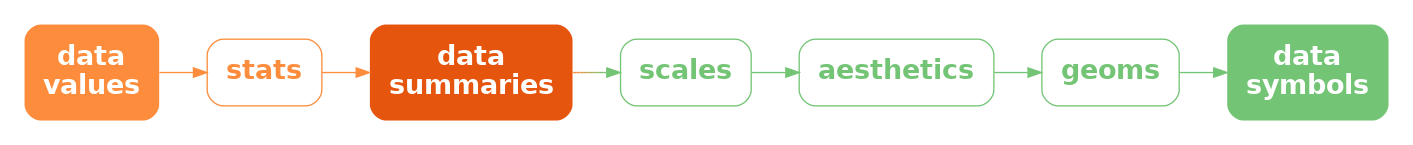
The Graphviz diagram Diagrams/data-stat-scale-aes-geom-sym.png in pmur002/hdvw, before a commit. Its source is kept beside it as Diagrams/data-stat-scale-aes-geom-sym.dot.
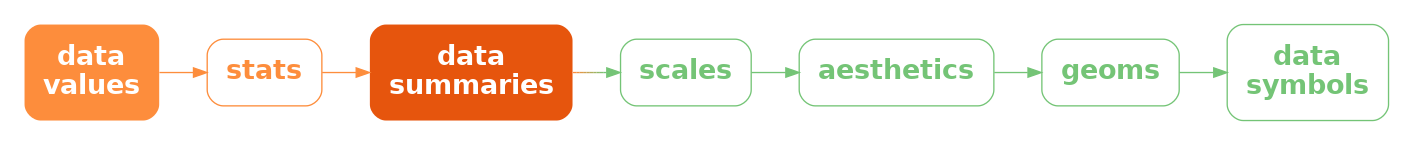
Later version of the same file.

What changed in the source:
```diff
@@ -8,11 +8,11 @@
   aes [ label="aesthetics"; shape=box; style=rounded; color="#74C476"; fontcolor="#74C476" ]
   geom [ label="geoms"; shape=box; style=rounded; color="#74C476"; fontcolor="#74C476" ]
   sym [ label="data\nsymbols"; shape=box;
-     style="filled, rounded"; penwidth=0; fontcolor=white; fillcolor="#74C476" ]
-  data -> ggstat [ color="#FD8D3C" ]
-  ggstat -> stat [ color="#FD8D3C" ]
-  stat -> scale [ color="#FD8D3C;0.1:#EE9342;0.1:#DF9949;0.1:#CF9F4F;0.1:#C0A556;0.1:#B1AC5C;0.1:#A2B263;0.1:#92B869;0.1:#83BE70;0.1:#74C476;0.1" ]
-  scale -> aes [ color="#74C476" ]
-  aes -> geom [ color="#74C476" ]
-  geom -> sym [ color="#74C476" ]
+     style="rounded"; color="#74C476"; fontcolor="#74C476" ]
+  data -> ggstat [ style="solid"; penwidth=1; color="#FD8D3C" ]
+  ggstat -> stat [ style="solid"; penwidth=1; color="#FD8D3C" ]
+  stat -> scale [ style="bold"; penwidth=1; color="#FD8D3C;0.1:#EE9342;0.1:#DF9949;0.1:#CF9F4F;0.1:#C0A556;0.1:#B1AC5C;0.1:#A2B263;0.1:#92B869;0.1:#83BE70;0.1:#74C476;0.1" ]
+  scale -> aes [ style="solid", color="#74C476" ]
+  aes -> geom [ style="solid", color="#74C476" ]
+  geom -> sym [ style="solid", color="#74C476" ]
 }
```
